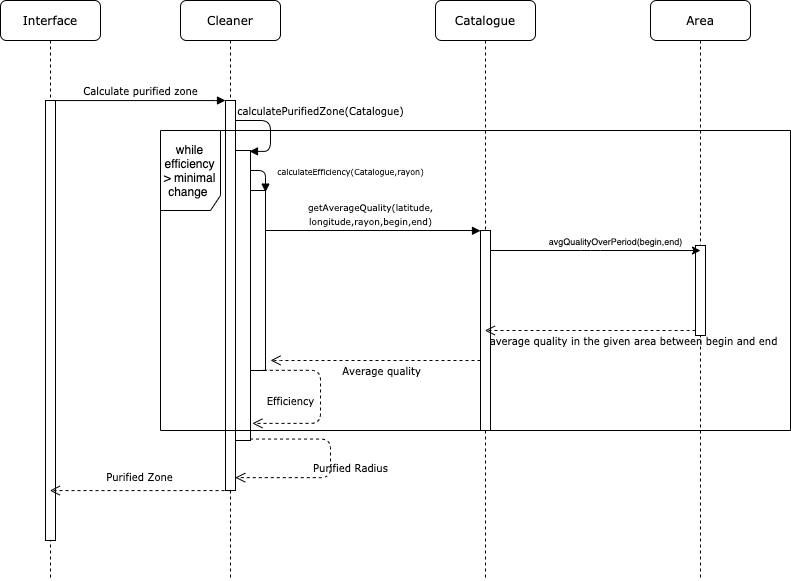
This is documentation/sequence-purified_zone.png from zakaria-n/AirWatcher, a draw.io export, as it was before one commit. Source tidied: cells renumbered, new cells last; positions are measured from the earlier drawing's top-left corner, leaving out a move shared by most shapes.
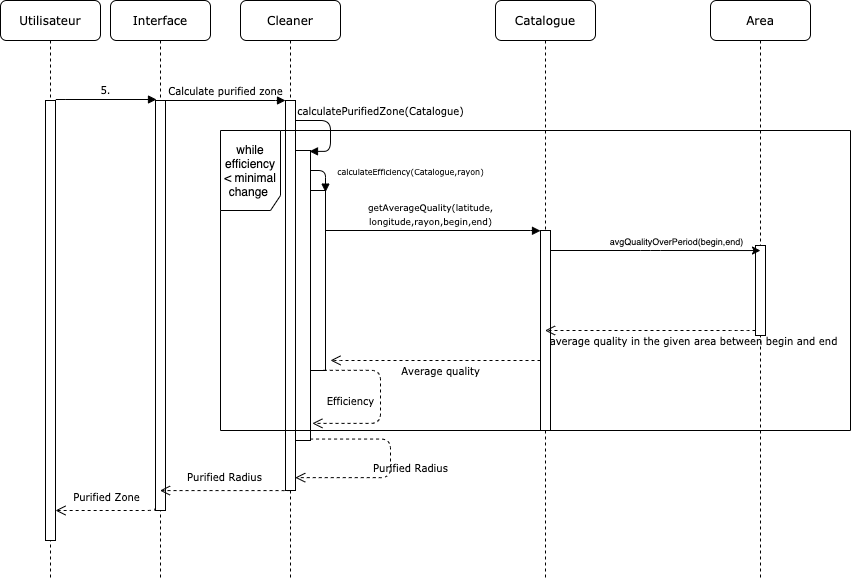
The same diagram one commit later.

What changed in the source:
```diff
@@ -21,10 +21,10 @@
       <mxGeometry x="45" y="245" width="10" height="90" as="geometry" />
     </mxCell>
     <mxCell id="8" value="Interface" style="shape=umlLifeline;perimeter=lifelinePerimeter;whiteSpace=wrap;html=1;outlineConnect=0;rounded=1;shadow=0;comic=0;labelBackgroundColor=none;strokeWidth=1;fontFamily=Verdana;fontSize=12;align=center;" parent="1" vertex="1">
-      <mxGeometry width="100" height="580" as="geometry" />
+      <mxGeometry x="50" width="100" height="580" as="geometry" />
     </mxCell>
     <mxCell id="9" style="html=1;points=[];perimeter=orthogonalPerimeter;rounded=0;shadow=0;comic=0;labelBackgroundColor=none;strokeWidth=1;fontFamily=Verdana;fontSize=12;align=center;" parent="8" vertex="1">
-      <mxGeometry x="45" y="100" width="10" height="440" as="geometry" />
+      <mxGeometry x="45" y="100" width="10" height="410" as="geometry" />
     </mxCell>
     <mxCell id="10" value="&lt;font style=&quot;font-size: 10px&quot;&gt;average quality in the given area between begin and end&lt;/font&gt;" style="html=1;verticalAlign=bottom;endArrow=open;dashed=1;endSize=8;labelBackgroundColor=none;fontFamily=Verdana;fontSize=12;edgeStyle=elbowEdgeStyle;elbow=vertical;" parent="1" edge="1" source="7" target="4">
       <mxGeometry x="-0.41" y="20" relative="1" as="geometry">
@@ -129,10 +129,10 @@
         <mxPoint x="20" y="20" as="offset" />
       </mxGeometry>
     </mxCell>
-    <mxCell id="22" value="while efficiency &amp;gt; minimal change&amp;nbsp;" style="shape=umlFrame;whiteSpace=wrap;html=1;width=60;height=80;strokeOpacity=100;backgroundOutline=0;" parent="1" vertex="1">
+    <mxCell id="22" value="while efficiency &amp;lt; minimal change&amp;nbsp;" style="shape=umlFrame;whiteSpace=wrap;html=1;width=60;height=80;strokeOpacity=100;backgroundOutline=0;" parent="1" vertex="1">
       <mxGeometry x="160" y="130" width="630" height="300" as="geometry" />
     </mxCell>
-    <mxCell id="23" value="&lt;font style=&quot;font-size: 10px&quot;&gt;Purified Zone&lt;/font&gt;" style="html=1;verticalAlign=bottom;endArrow=open;dashed=1;endSize=8;labelBackgroundColor=none;fontFamily=Verdana;fontSize=12;edgeStyle=elbowEdgeStyle;elbow=vertical;exitX=0.5;exitY=1;exitDx=0;exitDy=0;exitPerimeter=0;" parent="1" edge="1" source="3" target="8">
+    <mxCell id="23" value="&lt;font style=&quot;font-size: 10px&quot;&gt;Purified Radius&lt;/font&gt;" style="html=1;verticalAlign=bottom;endArrow=open;dashed=1;endSize=8;labelBackgroundColor=none;fontFamily=Verdana;fontSize=12;edgeStyle=elbowEdgeStyle;elbow=vertical;exitX=0.5;exitY=1;exitDx=0;exitDy=0;exitPerimeter=0;" parent="1" edge="1" source="3" target="8">
       <mxGeometry y="-4" relative="1" as="geometry">
         <Array as="points">
           <mxPoint x="100" y="490.1" />
@@ -142,5 +142,30 @@
         </Array>
       </mxGeometry>
     </mxCell>
+    <mxCell id="24" value="Utilisateur" style="shape=umlLifeline;perimeter=lifelinePerimeter;whiteSpace=wrap;html=1;rounded=1;shadow=0;comic=0;labelBackgroundColor=none;strokeWidth=1;fontFamily=Verdana;fontSize=12;align=center;" parent="1" vertex="1">
+      <mxGeometry x="-60" width="100" height="580" as="geometry" />
+    </mxCell>
+    <mxCell id="25" style="html=1;points=[];perimeter=orthogonalPerimeter;rounded=0;shadow=0;comic=0;labelBackgroundColor=none;strokeWidth=1;fontFamily=Verdana;fontSize=12;align=center;" parent="24" vertex="1">
+      <mxGeometry x="45" y="100" width="10" height="440" as="geometry" />
+    </mxCell>
+    <mxCell id="26" value="&lt;font style=&quot;font-size: 10px&quot;&gt;Purified Zone&lt;/font&gt;" style="html=1;verticalAlign=bottom;endArrow=open;dashed=1;endSize=8;labelBackgroundColor=none;fontFamily=Verdana;fontSize=12;edgeStyle=elbowEdgeStyle;elbow=vertical;exitX=-0.033;exitY=0.994;exitDx=0;exitDy=0;exitPerimeter=0;" parent="1" edge="1" source="9" target="25">
+      <mxGeometry y="-4" relative="1" as="geometry">
+        <Array as="points">
+          <mxPoint x="90" y="510" />
+          <mxPoint x="-25.1" y="455.1" />
+          <mxPoint x="24.9" y="295.1" />
+          <mxPoint x="54.9" y="295.1" />
+        </Array>
+      </mxGeometry>
+    </mxCell>
+    <mxCell id="27" value="&lt;font style=&quot;font-size: 10px&quot;&gt;5.&lt;/font&gt;" style="html=1;verticalAlign=bottom;endArrow=block;labelBackgroundColor=none;fontFamily=Verdana;fontSize=12;edgeStyle=elbowEdgeStyle;elbow=vertical;exitX=1.033;exitY=-0.002;exitDx=0;exitDy=0;exitPerimeter=0;" parent="1" edge="1" source="25">
+      <mxGeometry relative="1" as="geometry">
+        <mxPoint x="96" y="99" as="targetPoint" />
+        <Array as="points">
+          <mxPoint x="40" y="99" />
+          <mxPoint x="50" y="109" />
+        </Array>
+      </mxGeometry>
+    </mxCell>
   </root>
 </mxGraphModel>
```
